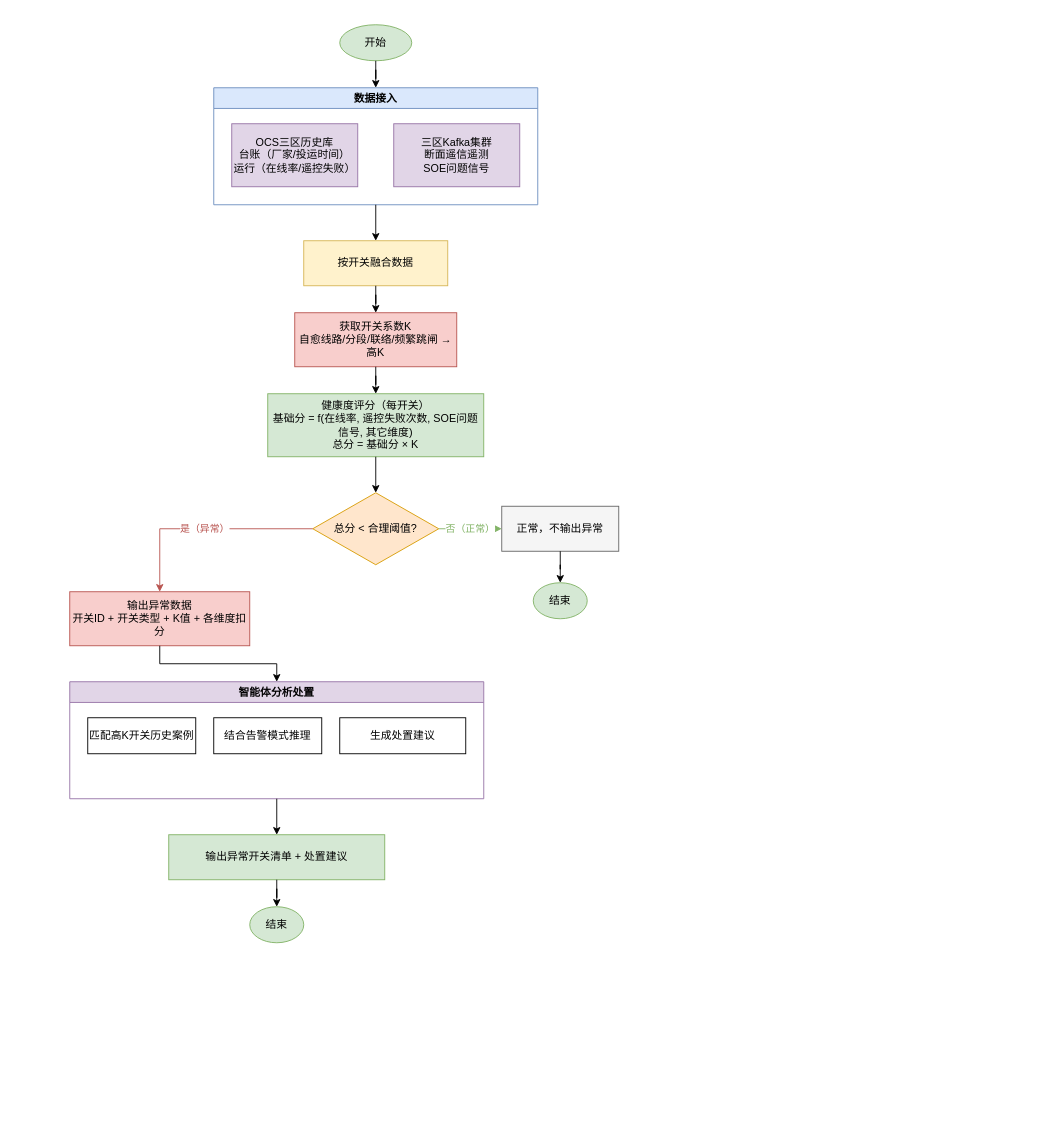
LieCoding/pwjkd keeps this draw.io diagram as 流程图.drawio. Above is the earlier version. Source tidied: cells renumbered, new cells numbered last; positions are measured from the earlier drawing's top-left corner, leaving out a move shared by most shapes. Both pictures are drawn from the tidied source at 90%, with x=0, y=0 at pixel (69, 24).
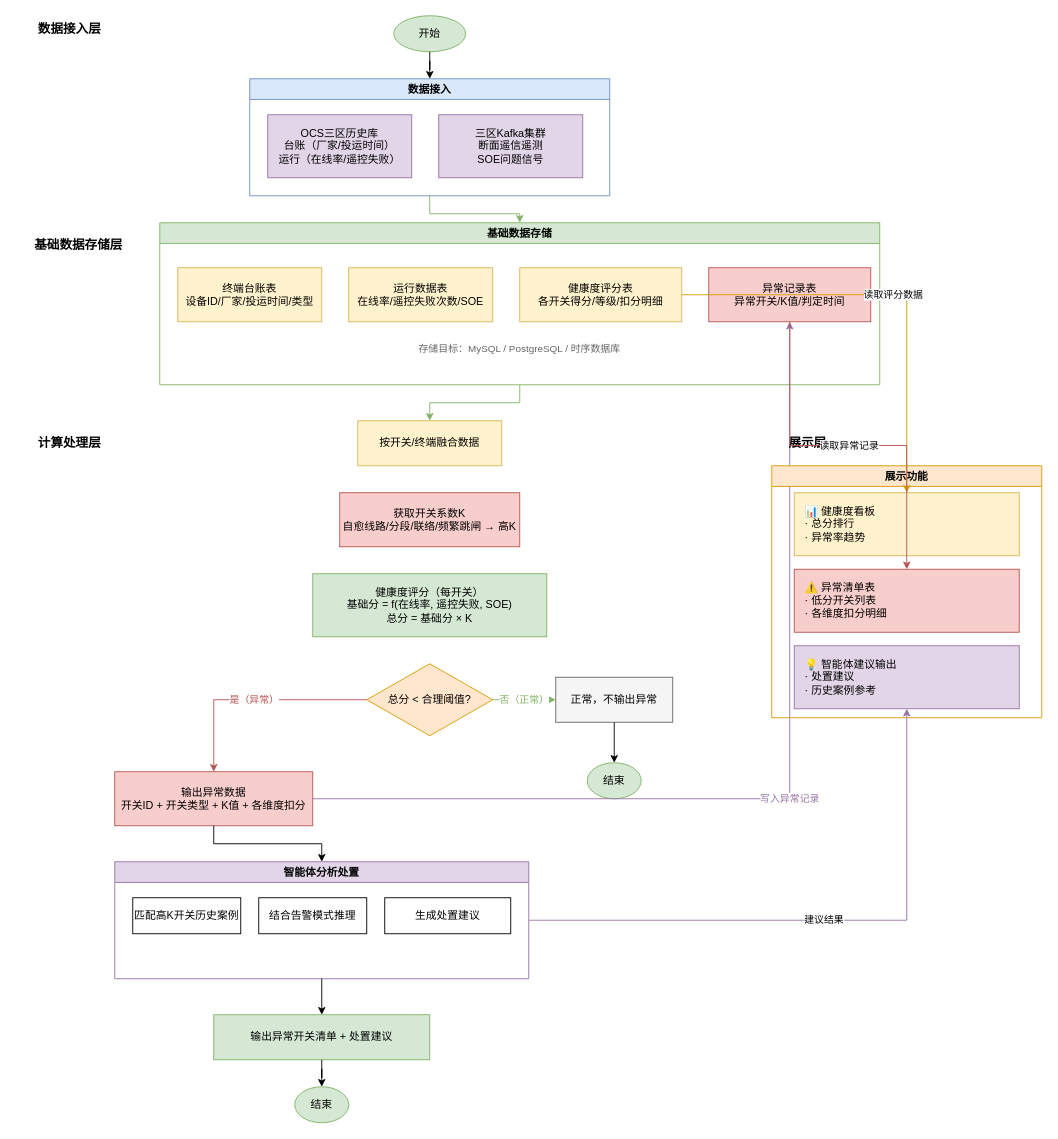
The same diagram, later.

The edit, as a diff of the source:
```diff
@@
+    <mxCell id="30" value="数据接入层" style="text;html=1;strokeColor=none;fillColor=none;align=center;verticalAlign=middle;whiteSpace=wrap;rounded=0;fontSize=14;fontStyle=1;" parent="1" vertex="1">
+      <mxGeometry x="-60" y="-10" width="120" height="30" as="geometry" />
+    </mxCell>
     <mxCell id="2" value="开始" style="ellipse;whiteSpace=wrap;html=1;fillColor=#d5e8d4;strokeColor=#82b366;" parent="1" vertex="1">
-      <mxGeometry x="300" width="80" height="40" as="geometry" />
+      <mxGeometry x="360" y="-10" width="80" height="40" as="geometry" />
     </mxCell>
     <mxCell id="3" value="数据接入" style="swimlane;whiteSpace=wrap;html=1;fillColor=#dae8fc;strokeColor=#6c8ebf;" parent="1" vertex="1">
-      <mxGeometry x="160" y="70" width="360" height="130" as="geometry" />
+      <mxGeometry x="200" y="60" width="400" height="130" as="geometry" />
     </mxCell>
     <mxCell id="4" value="OCS三区历史库&#10;台账（厂家/投运时间）&#10;运行（在线率/遥控失败）" style="rounded=0;whiteSpace=wrap;html=1;fillColor=#e1d5e7;strokeColor=#9673a6;" parent="3" vertex="1">
-      <mxGeometry x="20" y="40" width="140" height="70" as="geometry" />
+      <mxGeometry x="20" y="40" width="160" height="70" as="geometry" />
     </mxCell>
     <mxCell id="5" value="三区Kafka集群&#10;断面遥信遥测&#10;SOE问题信号" style="rounded=0;whiteSpace=wrap;html=1;fillColor=#e1d5e7;strokeColor=#9673a6;" parent="3" vertex="1">
-      <mxGeometry x="200" y="40" width="140" height="70" as="geometry" />
+      <mxGeometry x="210" y="40" width="160" height="70" as="geometry" />
     </mxCell>
-    <mxCell id="6" value="按开关融合数据" style="rounded=0;whiteSpace=wrap;html=1;fillColor=#fff2cc;strokeColor=#d6b656;" parent="1" vertex="1">
-      <mxGeometry x="260" y="240" width="160" height="50" as="geometry" />
-    </mxCell>
+    <mxCell id="19" style="edgeStyle=orthogonalEdgeStyle;rounded=0;jettySize=auto;html=1;" parent="1" edge="1" source="2" target="3">
+      <mxGeometry relative="1" as="geometry" />
+    </mxCell>
+    <mxCell id="31" value="基础数据存储层" style="text;html=1;strokeColor=none;fillColor=none;align=center;verticalAlign=middle;whiteSpace=wrap;rounded=0;fontSize=14;fontStyle=1;" parent="1" vertex="1">
+      <mxGeometry x="-60" y="230" width="140" height="30" as="geometry" />
+    </mxCell>
+    <mxCell id="32" value="基础数据存储" style="swimlane;whiteSpace=wrap;html=1;fillColor=#d5e8d4;strokeColor=#82b366;fontStyle=1;" parent="1" vertex="1">
+      <mxGeometry x="100" y="220" width="800" height="180" as="geometry" />
+    </mxCell>
+    <mxCell id="33" value="终端台账表&#10;设备ID/厂家/投运时间/类型" style="rounded=0;whiteSpace=wrap;html=1;fillColor=#fff2cc;strokeColor=#d6b656;" parent="32" vertex="1">
+      <mxGeometry x="20" y="50" width="160" height="60" as="geometry" />
+    </mxCell>
+    <mxCell id="34" value="运行数据表&#10;在线率/遥控失败次数/SOE" style="rounded=0;whiteSpace=wrap;html=1;fillColor=#fff2cc;strokeColor=#d6b656;" parent="32" vertex="1">
+      <mxGeometry x="210" y="50" width="160" height="60" as="geometry" />
+    </mxCell>
+    <mxCell id="35" value="健康度评分表&#10;各开关得分/等级/扣分明细" style="rounded=0;whiteSpace=wrap;html=1;fillColor=#fff2cc;strokeColor=#d6b656;" parent="32" vertex="1">
+      <mxGeometry x="400" y="50" width="180" height="60" as="geometry" />
+    </mxCell>
+    <mxCell id="36" value="异常记录表&#10;异常开关/K值/判定时间" style="rounded=0;whiteSpace=wrap;html=1;fillColor=#f8cecc;strokeColor=#b85450;" parent="32" vertex="1">
+      <mxGeometry x="610" y="50" width="180" height="60" as="geometry" />
+    </mxCell>
+    <mxCell id="37" value="存储目标：MySQL / PostgreSQL / 时序数据库" style="text;html=1;strokeColor=none;fillColor=none;align=center;verticalAlign=middle;whiteSpace=wrap;rounded=0;fontSize=11;fontColor=#666666;" parent="32" vertex="1">
+      <mxGeometry x="250" y="130" width="300" height="20" as="geometry" />
+    </mxCell>
+    <mxCell id="38" style="edgeStyle=orthogonalEdgeStyle;rounded=0;jettySize=auto;html=1;strokeColor=#82b366;" parent="1" edge="1" source="3" target="32">
+      <mxGeometry relative="1" as="geometry" />
+    </mxCell>
+    <mxCell id="39" value="计算处理层" style="text;html=1;strokeColor=none;fillColor=none;align=center;verticalAlign=middle;whiteSpace=wrap;rounded=0;fontSize=14;fontStyle=1;" parent="1" vertex="1">
+      <mxGeometry x="-60" y="450" width="120" height="30" as="geometry" />
+    </mxCell>
+    <mxCell id="40" value="按开关/终端融合数据" style="rounded=0;whiteSpace=wrap;html=1;fillColor=#fff2cc;strokeColor=#d6b656;" parent="1" vertex="1">
+      <mxGeometry x="320" y="440" width="160" height="50" as="geometry" />
+    </mxCell>
     <mxCell id="7" value="获取开关系数K&#10;自愈线路/分段/联络/频繁跳闸 → 高K" style="rounded=0;whiteSpace=wrap;html=1;fillColor=#f8cecc;strokeColor=#b85450;" parent="1" vertex="1">
-      <mxGeometry x="250" y="320" width="180" height="60" as="geometry" />
+      <mxGeometry x="300" y="520" width="200" height="60" as="geometry" />
     </mxCell>
-    <mxCell id="8" value="健康度评分（每开关）&#10;基础分 = f(在线率, 遥控失败次数, SOE问题信号, 其它维度)&#10;总分 = 基础分 × K" style="rounded=0;whiteSpace=wrap;html=1;fillColor=#d5e8d4;strokeColor=#82b366;" parent="1" vertex="1">
-      <mxGeometry x="220" y="410" width="240" height="70" as="geometry" />
-    </mxCell>
+    <mxCell id="41" value="健康度评分（每开关）&#10;基础分 = f(在线率, 遥控失败, SOE)&#10;总分 = 基础分 × K" style="rounded=0;whiteSpace=wrap;html=1;fillColor=#d5e8d4;strokeColor=#82b366;" parent="1" vertex="1">
+      <mxGeometry x="270" y="610" width="260" height="70" as="geometry" />
+    </mxCell>
     <mxCell id="9" value="总分 &lt; 合理阈值?" style="rhombus;whiteSpace=wrap;html=1;fillColor=#ffe6cc;strokeColor=#d79b00;" parent="1" vertex="1">
-      <mxGeometry x="270" y="520" width="140" height="80" as="geometry" />
+      <mxGeometry x="330" y="710" width="140" height="80" as="geometry" />
     </mxCell>
+    <mxCell id="42" style="edgeStyle=orthogonalEdgeStyle;rounded=0;jettySize=auto;html=1;strokeColor=#82b366;" parent="1" edge="1" source="32" target="40">
+      <mxGeometry relative="1" as="geometry" />
+    </mxCell>
     <mxCell id="10" value="正常，不输出异常" style="rounded=0;whiteSpace=wrap;html=1;fillColor=#f5f5f5;strokeColor=#666666;" parent="1" vertex="1">
-      <mxGeometry x="480" y="535" width="130" height="50" as="geometry" />
+      <mxGeometry x="540" y="725" width="130" height="50" as="geometry" />
     </mxCell>
-    <mxCell id="11" value="结束" style="ellipse;whiteSpace=wrap;html=1;fillColor=#d5e8d4;strokeColor=#82b366;" parent="1" vertex="1">
-      <mxGeometry x="515" y="620" width="60" height="40" as="geometry" />
-    </mxCell>
+    <mxCell id="43" value="结束" style="ellipse;whiteSpace=wrap;html=1;fillColor=#d5e8d4;strokeColor=#82b366;" parent="1" vertex="1">
+      <mxGeometry x="575" y="820" width="60" height="40" as="geometry" />
+    </mxCell>
     <mxCell id="12" value="输出异常数据&#10;开关ID + 开关类型 + K值 + 各维度扣分" style="rounded=0;whiteSpace=wrap;html=1;fillColor=#f8cecc;strokeColor=#b85450;" parent="1" vertex="1">
-      <mxGeometry y="630" width="200" height="60" as="geometry" />
+      <mxGeometry x="50" y="830" width="220" height="60" as="geometry" />
     </mxCell>
     <mxCell id="13" value="智能体分析处置" style="swimlane;whiteSpace=wrap;html=1;fillColor=#e1d5e7;strokeColor=#9673a6;" parent="1" vertex="1">
-      <mxGeometry y="730" width="460" height="130" as="geometry" />
+      <mxGeometry x="50" y="930" width="460" height="130" as="geometry" />
     </mxCell>
@@
     <mxCell id="17" value="输出异常开关清单 + 处置建议" style="rounded=0;whiteSpace=wrap;html=1;fillColor=#d5e8d4;strokeColor=#82b366;" parent="1" vertex="1">
-      <mxGeometry x="110" y="900" width="240" height="50" as="geometry" />
+      <mxGeometry x="160" y="1100" width="240" height="50" as="geometry" />
     </mxCell>
-    <mxCell id="18" value="结束" style="ellipse;whiteSpace=wrap;html=1;fillColor=#d5e8d4;strokeColor=#82b366;" parent="1" vertex="1">
-      <mxGeometry x="200" y="980" width="60" height="40" as="geometry" />
-    </mxCell>
-    <mxCell id="19" style="edgeStyle=orthogonalEdgeStyle;rounded=0;jettySize=auto;html=1;" parent="1" edge="1" source="2" target="3">
-      <mxGeometry relative="1" as="geometry" />
-    </mxCell>
-    <mxCell id="20" style="edgeStyle=orthogonalEdgeStyle;rounded=0;jettySize=auto;html=1;" parent="1" edge="1" source="3" target="6">
-      <mxGeometry relative="1" as="geometry" />
-    </mxCell>
-    <mxCell id="21" style="edgeStyle=orthogonalEdgeStyle;rounded=0;jettySize=auto;html=1;" parent="1" edge="1" source="6" target="7">
-      <mxGeometry relative="1" as="geometry" />
-    </mxCell>
-    <mxCell id="22" style="edgeStyle=orthogonalEdgeStyle;rounded=0;jettySize=auto;html=1;" parent="1" edge="1" source="7" target="8">
-      <mxGeometry relative="1" as="geometry" />
-    </mxCell>
-    <mxCell id="23" style="edgeStyle=orthogonalEdgeStyle;rounded=0;jettySize=auto;html=1;" parent="1" edge="1" source="8" target="9">
-      <mxGeometry relative="1" as="geometry" />
-    </mxCell>
+    <mxCell id="44" value="结束" style="ellipse;whiteSpace=wrap;html=1;fillColor=#d5e8d4;strokeColor=#82b366;" parent="1" vertex="1">
+      <mxGeometry x="250" y="1180" width="60" height="40" as="geometry" />
+    </mxCell>
@@
-    <mxCell id="26" style="edgeStyle=orthogonalEdgeStyle;rounded=0;jettySize=auto;html=1;" parent="1" edge="1" source="10" target="11">
-      <mxGeometry relative="1" as="geometry" />
-    </mxCell>
+    <mxCell id="45" style="edgeStyle=orthogonalEdgeStyle;rounded=0;jettySize=auto;html=1;" parent="1" edge="1" source="10" target="43">
+      <mxGeometry relative="1" as="geometry" />
+    </mxCell>
@@
-    <mxCell id="29" style="edgeStyle=orthogonalEdgeStyle;rounded=0;jettySize=auto;html=1;" parent="1" edge="1" source="17" target="18">
-      <mxGeometry relative="1" as="geometry" />
-    </mxCell>
+    <mxCell id="46" style="edgeStyle=orthogonalEdgeStyle;rounded=0;jettySize=auto;html=1;" parent="1" edge="1" source="17" target="44">
+      <mxGeometry relative="1" as="geometry" />
+    </mxCell>
+    <mxCell id="47" value="写入异常记录" style="edgeStyle=orthogonalEdgeStyle;rounded=0;jettySize=auto;html=1;strokeColor=#9673a6;strokeDashPattern=8 4;fontColor=#9673a6;" parent="1" edge="1" source="12" target="36">
+      <mxGeometry relative="1" as="geometry" />
+    </mxCell>
+    <mxCell id="48" value="展示层" style="text;html=1;strokeColor=none;fillColor=none;align=center;verticalAlign=middle;whiteSpace=wrap;rounded=0;fontSize=14;fontStyle=1;" parent="1" vertex="1">
+      <mxGeometry x="780" y="450" width="80" height="30" as="geometry" />
+    </mxCell>
+    <mxCell id="49" value="展示功能" style="swimlane;whiteSpace=wrap;html=1;fillColor=#ffe6cc;strokeColor=#d79b00;fontStyle=1;" parent="1" vertex="1">
+      <mxGeometry x="780" y="490" width="300" height="280" as="geometry" />
+    </mxCell>
+    <mxCell id="50" value="📊 健康度看板&#10;· 总分排行&#10;· 异常率趋势" style="rounded=0;whiteSpace=wrap;html=1;fillColor=#fff2cc;strokeColor=#d6b656;align=left;spacingLeft=10;" parent="49" vertex="1">
+      <mxGeometry x="25" y="30" width="250" height="70" as="geometry" />
+    </mxCell>
+    <mxCell id="51" value="⚠️ 异常清单表&#10;· 低分开关列表&#10;· 各维度扣分明细" style="rounded=0;whiteSpace=wrap;html=1;fillColor=#f8cecc;strokeColor=#b85450;align=left;spacingLeft=10;" parent="49" vertex="1">
+      <mxGeometry x="25" y="115" width="250" height="70" as="geometry" />
+    </mxCell>
+    <mxCell id="52" value="💡 智能体建议输出&#10;· 处置建议&#10;· 历史案例参考" style="rounded=0;whiteSpace=wrap;html=1;fillColor=#e1d5e7;strokeColor=#9673a6;align=left;spacingLeft=10;" parent="49" vertex="1">
+      <mxGeometry x="25" y="200" width="250" height="70" as="geometry" />
+    </mxCell>
+    <mxCell id="53" value="读取评分数据" style="edgeStyle=orthogonalEdgeStyle;rounded=0;jettySize=auto;html=1;strokeColor=#d79b00;" parent="1" edge="1" source="35" target="50">
+      <mxGeometry relative="1" as="geometry" />
+    </mxCell>
+    <mxCell id="54" value="读取异常记录" style="edgeStyle=orthogonalEdgeStyle;rounded=0;jettySize=auto;html=1;strokeColor=#b85450;" parent="1" edge="1" source="36" target="51">
+      <mxGeometry relative="1" as="geometry" />
+    </mxCell>
+    <mxCell id="55" value="建议结果" style="edgeStyle=orthogonalEdgeStyle;rounded=0;jettySize=auto;html=1;strokeColor=#9673a6;" parent="1" edge="1" source="13" target="52">
+      <mxGeometry relative="1" as="geometry" />
+    </mxCell>
```
